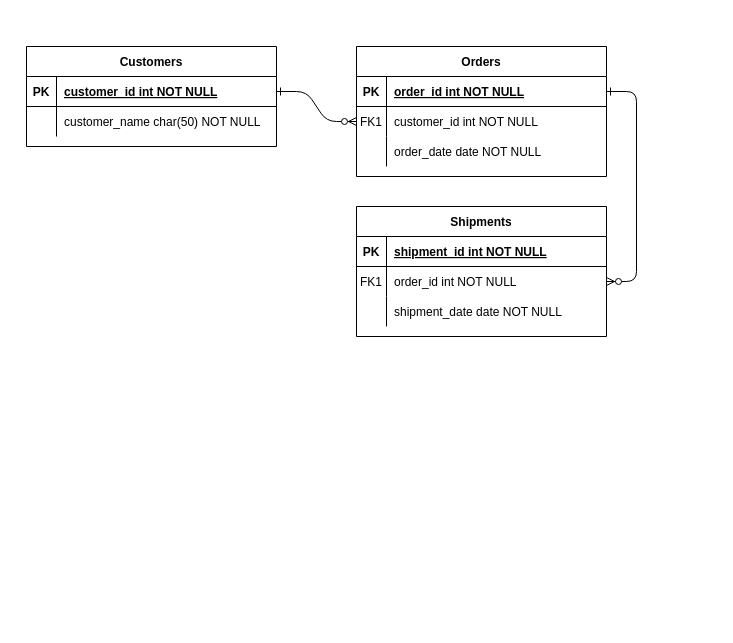
Above: ParcelDelivery.drawio in jefsamo/gct-ticketing-system (draw.io), before the change. Source tidied: cells renumbered, new cells numbered last; positions are measured from the earlier drawing's top-left corner, leaving out a move shared by most shapes. Both pictures are drawn from the tidied source at 100%, with x=0, y=0 at pixel (26, 46).
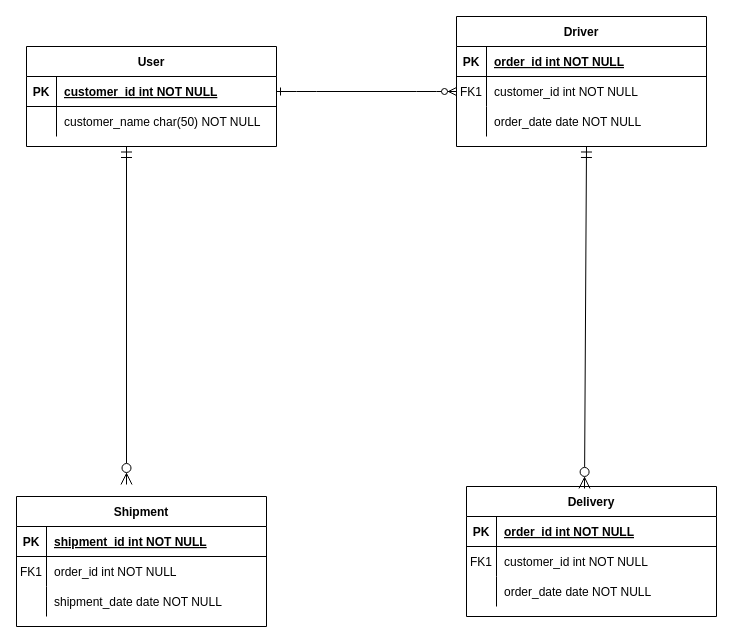
After the change.

Unchanged cells that the change refers to:
```xml
<mxCell id="5" style="shape=partialRectangle;fillColor=none;points=[[0,0.5],[1,0.5]];portConstraint=eastwest;top=0;left=0;right=0;bottom=1;" parent="4" vertex="1">
  <mxGeometry y="30" width="250" height="30" as="geometry" />
</mxCell>
<mxCell id="18" style="shape=partialRectangle;fillColor=none;points=[[0,0.5],[1,0.5]];portConstraint=eastwest;top=0;left=0;right=0;bottom=0;" parent="14" vertex="1">
  <mxGeometry y="60" width="250" height="30" as="geometry" />
</mxCell>
```

Change to the diagram source:
```diff
@@
-    <mxCell id="3" style="edgeStyle=entityRelationEdgeStyle;endArrow=ERzeroToMany;startArrow=ERone;endFill=1;startFill=0;" parent="1" edge="1" source="5" target="18">
-      <mxGeometry relative="1" as="geometry" />
-    </mxCell>
-    <mxCell id="4" value="Orders" style="shape=table;startSize=30;childLayout=tableLayout;rowLines=0;fontStyle=1;align=center;" parent="1" vertex="1">
-      <mxGeometry x="330" width="250" height="130" as="geometry" />
+    <mxCell id="4" value="Driver" style="shape=table;startSize=30;childLayout=tableLayout;rowLines=0;fontStyle=1;align=center;" parent="1" vertex="1">
+      <mxGeometry x="430" y="-30" width="250" height="130" as="geometry" />
     </mxCell>
@@
-    <mxCell id="14" value="Shipments" style="shape=table;startSize=30;childLayout=tableLayout;rowLines=0;fontStyle=1;align=center;" parent="1" vertex="1">
-      <mxGeometry x="330" y="160" width="250" height="130" as="geometry" />
+    <mxCell id="14" value="Shipment" style="shape=table;startSize=30;childLayout=tableLayout;rowLines=0;fontStyle=1;align=center;" parent="1" vertex="1">
+      <mxGeometry x="-10" y="450" width="250" height="130" as="geometry" />
     </mxCell>
@@
-    <mxCell id="24" value="Customers" style="shape=table;startSize=30;childLayout=tableLayout;rowLines=0;fontStyle=1;align=center;" parent="1" vertex="1">
+    <mxCell id="24" value="User" style="shape=table;startSize=30;childLayout=tableLayout;rowLines=0;fontStyle=1;align=center;" parent="1" vertex="1">
       <mxGeometry width="250" height="100" as="geometry" />
     </mxCell>
@@
+    <mxCell id="31" style="endArrow=ERmandOne;html=1;rounded=0;endFill=0;startArrow=ERzeroToMany;startFill=0;startSize=9;endSize=9;" parent="1" edge="1">
+      <mxGeometry relative="1" as="geometry">
+        <mxPoint x="100" y="438" as="sourcePoint" />
+        <mxPoint x="100" y="100" as="targetPoint" />
+      </mxGeometry>
+    </mxCell>
+    <mxCell id="32" value="Delivery" style="shape=table;startSize=30;childLayout=tableLayout;rowLines=0;fontStyle=1;align=center;" parent="1" vertex="1">
+      <mxGeometry x="440" y="440" width="250" height="130" as="geometry" />
+    </mxCell>
+    <mxCell id="33" style="shape=partialRectangle;fillColor=none;top=0;left=0;right=0;bottom=1;" parent="32" vertex="1">
+      <mxGeometry y="30" width="250" height="30" as="geometry" />
+    </mxCell>
+    <mxCell id="34" value="PK" style="shape=partialRectangle;overflow=hidden;fillColor=none;top=0;left=0;bottom=0;right=0;fontStyle=1;" parent="33" vertex="1">
+      <mxGeometry width="30" height="30" as="geometry" />
+    </mxCell>
+    <mxCell id="35" value="order_id int NOT NULL " style="shape=partialRectangle;overflow=hidden;fillColor=none;top=0;left=0;bottom=0;right=0;align=left;spacingLeft=6;fontStyle=5;" parent="33" vertex="1">
+      <mxGeometry x="30" width="220" height="30" as="geometry" />
+    </mxCell>
+    <mxCell id="36" style="shape=partialRectangle;fillColor=none;top=0;left=0;right=0;bottom=0;" parent="32" vertex="1">
+      <mxGeometry y="60" width="250" height="30" as="geometry" />
+    </mxCell>
+    <mxCell id="37" value="FK1" style="shape=partialRectangle;overflow=hidden;fillColor=none;top=0;left=0;bottom=0;right=0;" parent="36" vertex="1">
+      <mxGeometry width="30" height="30" as="geometry" />
+    </mxCell>
+    <mxCell id="38" value="customer_id int NOT NULL" style="shape=partialRectangle;overflow=hidden;fillColor=none;top=0;left=0;bottom=0;right=0;align=left;spacingLeft=6;" parent="36" vertex="1">
+      <mxGeometry x="30" width="220" height="30" as="geometry" />
+    </mxCell>
+    <mxCell id="39" style="shape=partialRectangle;fillColor=none;top=0;left=0;right=0;bottom=0;" parent="32" vertex="1">
+      <mxGeometry y="90" width="250" height="30" as="geometry" />
+    </mxCell>
+    <mxCell id="40" style="shape=partialRectangle;overflow=hidden;fillColor=none;top=0;left=0;bottom=0;right=0;" parent="39" vertex="1">
+      <mxGeometry width="30" height="30" as="geometry" />
+    </mxCell>
+    <mxCell id="41" value="order_date date NOT NULL" style="shape=partialRectangle;overflow=hidden;fillColor=none;top=0;left=0;bottom=0;right=0;align=left;spacingLeft=6;" parent="39" vertex="1">
+      <mxGeometry x="30" width="220" height="30" as="geometry" />
+    </mxCell>
+    <mxCell id="42" style="endArrow=ERmandOne;html=1;rounded=0;exitX=0.472;exitY=0.015;exitDx=0;exitDy=0;exitPerimeter=0;startArrow=ERzeroToMany;startFill=0;endFill=0;startSize=9;endSize=9;" parent="1" edge="1" source="32">
+      <mxGeometry relative="1" as="geometry">
+        <mxPoint x="560" y="100" as="targetPoint" />
+      </mxGeometry>
+    </mxCell>
```
